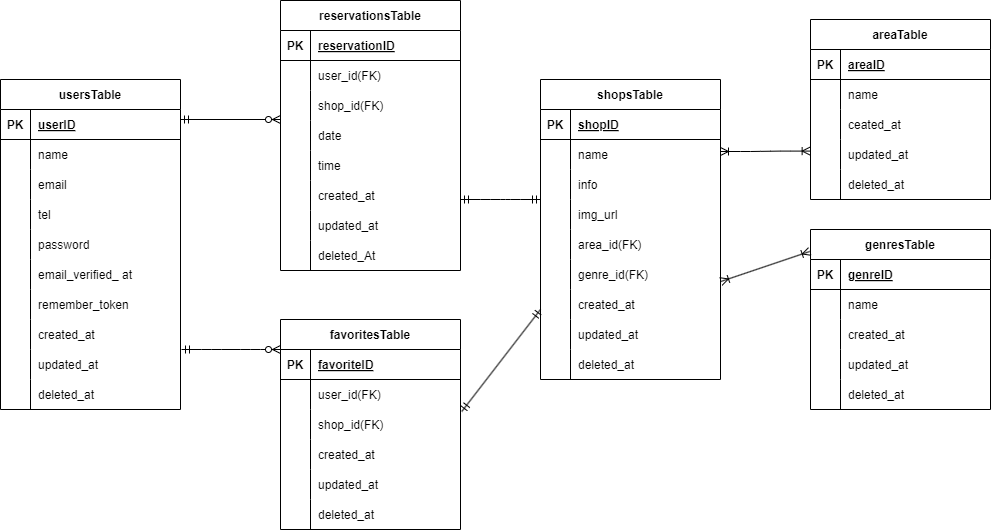
Above: docs/er.drawio.png in kozuka-yuko/Rese (draw.io), before the change. Source tidied: cells renumbered, new cells last; positions are measured from the earlier drawing's top-left corner, leaving out a move shared by most shapes.
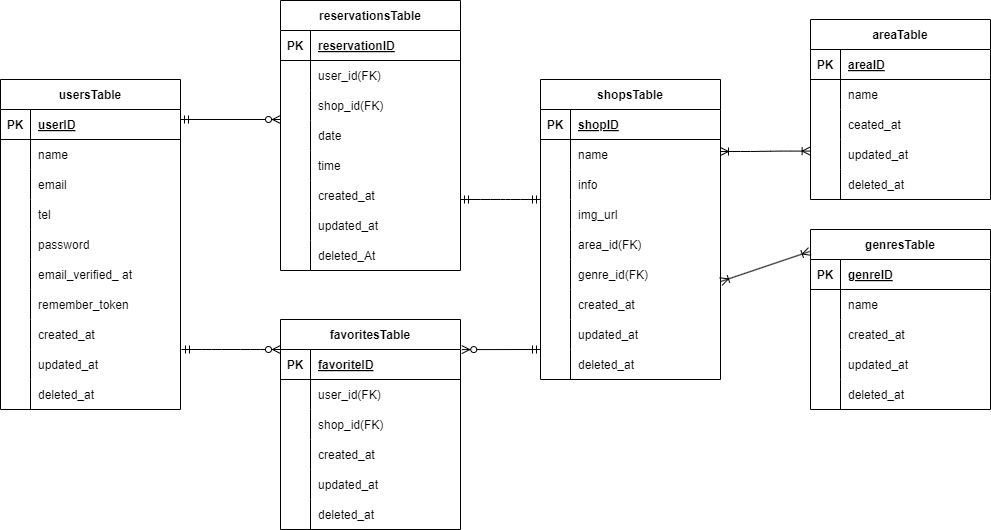
After the change.

The edit, as a diff of the source:
```diff
@@ -425,11 +425,6 @@
         <mxPoint x="540" y="199" as="targetPoint" />
       </mxGeometry>
     </mxCell>
-    <mxCell id="140" style="fontSize=12;html=1;endArrow=ERmandOne;startArrow=ERmandOne;exitX=1.007;exitY=1.067;exitDx=0;exitDy=0;exitPerimeter=0;" parent="1" edge="1" source="62">
-      <mxGeometry relative="1" as="geometry">
-        <mxPoint x="540" y="309" as="targetPoint" />
-      </mxGeometry>
-    </mxCell>
     <mxCell id="141" style="fontSize=12;html=1;endArrow=ERoneToMany;startArrow=ERoneToMany;exitX=1.002;exitY=0.733;exitDx=0;exitDy=0;exitPerimeter=0;entryX=-0.004;entryY=0.122;entryDx=0;entryDy=0;entryPerimeter=0;" parent="1" edge="1" source="93" target="121">
       <mxGeometry relative="1" as="geometry" />
     </mxCell>
@@ -439,5 +434,11 @@
         <mxPoint x="809.6" y="150.6" as="targetPoint" />
       </mxGeometry>
     </mxCell>
+    <mxCell id="143" style="fontSize=12;html=1;endArrow=ERzeroToMany;startArrow=ERmandOne;entryX=1.007;entryY=0.11;entryDx=0;entryDy=0;entryPerimeter=0;" parent="1" edge="1">
+      <mxGeometry relative="1" as="geometry">
+        <mxPoint x="540" y="349" as="sourcePoint" />
+        <mxPoint x="461.3" y="349.1" as="targetPoint" />
+      </mxGeometry>
+    </mxCell>
   </root>
 </mxGraphModel>
```
